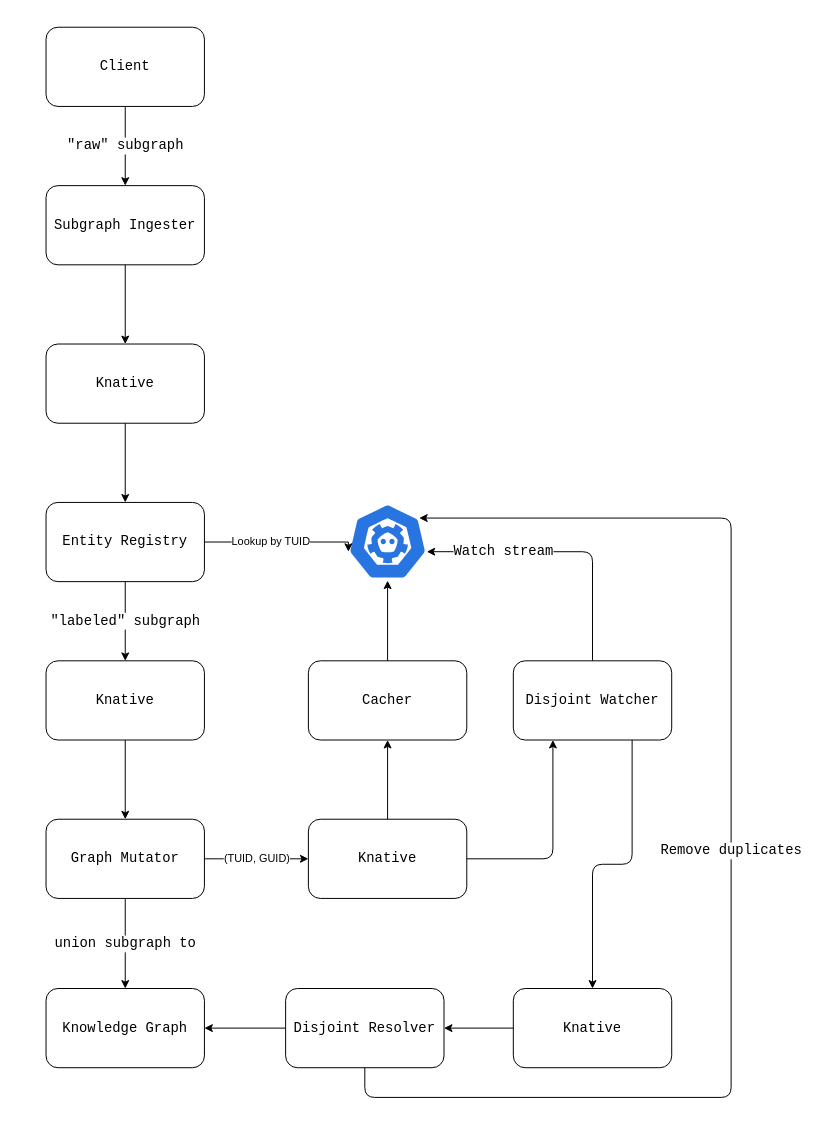
z5labs/megamind keeps this draw.io diagram as docs/diagrams/megamind.drawio. Above is the earlier version. Source tidied: cells renumbered, new cells numbered last; positions are measured from the earlier drawing's top-left corner, leaving out a move shared by most shapes. Both pictures are drawn from the tidied source at 99%, with x=0, y=0 at pixel (46, 27).
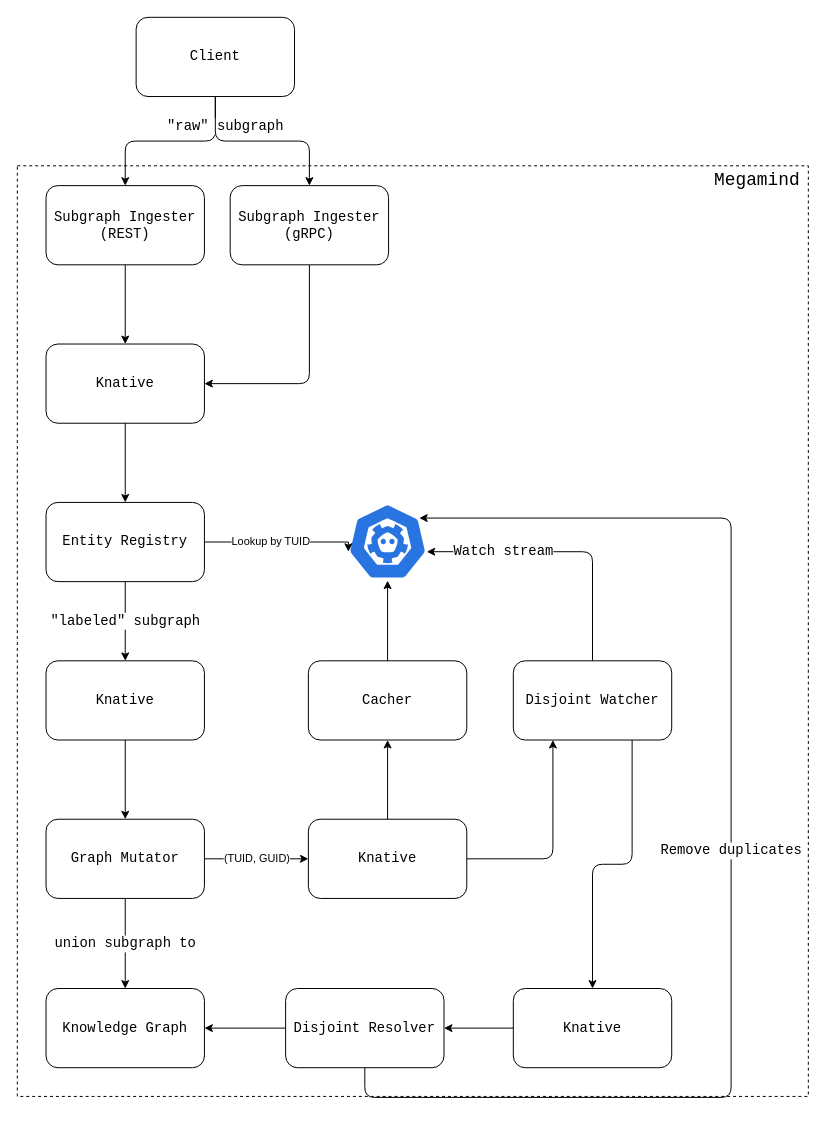
Above is the later version.

Commit message:
docs(diagram/megamind): update to reflect rest and grpc apis

The change refers to these unchanged cells:
```xml
<mxCell id="7" value="&lt;font face=&quot;Courier New&quot;&gt;&lt;span style=&quot;font-size: 14px&quot;&gt;Knative&lt;/span&gt;&lt;/font&gt;" style="rounded=1;whiteSpace=wrap;html=1;" parent="2" vertex="1">
  <mxGeometry y="320" width="160" height="80" as="geometry" />
</mxCell>
```

What changed in the source:
```diff
@@
     <mxCell id="2" style="group;" parent="1" vertex="1">
-      <mxGeometry width="692" height="1081" as="geometry" />
+      <mxGeometry width="770" height="1081" as="geometry" />
     </mxCell>
+    <mxCell id="32" style="rounded=0;whiteSpace=wrap;html=1;dashed=1;fillColor=none;" parent="2" vertex="1">
+      <mxGeometry x="-29" y="140" width="799" height="940" as="geometry" />
+    </mxCell>
@@
-    <mxCell id="4" value="&lt;font face=&quot;Courier New&quot; style=&quot;font-size: 14px&quot;&gt;Client&lt;/font&gt;" style="rounded=1;whiteSpace=wrap;html=1;" parent="2" vertex="1">
-      <mxGeometry width="160" height="80" as="geometry" />
-    </mxCell>
-    <mxCell id="5" value="&lt;font face=&quot;Courier New&quot;&gt;&lt;span style=&quot;font-size: 14px&quot;&gt;Subgraph Ingester&lt;/span&gt;&lt;/font&gt;" style="rounded=1;whiteSpace=wrap;html=1;" parent="2" vertex="1">
+    <mxCell id="5" value="&lt;span style=&quot;font-family: &amp;#34;courier new&amp;#34; ; font-size: 14px&quot;&gt;Subgraph Ingester&lt;br&gt;(REST)&lt;br&gt;&lt;/span&gt;" style="rounded=1;whiteSpace=wrap;html=1;" parent="2" vertex="1">
       <mxGeometry y="160" width="160" height="80" as="geometry" />
     </mxCell>
-    <mxCell id="6" value="&quot;raw&quot; subgraph" style="edgeStyle=orthogonalEdgeStyle;html=1;entryX=0.5;entryY=0;entryDx=0;entryDy=0;fontFamily=Courier New;fontSize=14;" parent="2" edge="1" source="4" target="5">
-      <mxGeometry relative="1" as="geometry" />
-    </mxCell>
@@
+    <mxCell id="33" value="&lt;font style=&quot;font-size: 18px&quot; face=&quot;Courier New&quot;&gt;Megamind&lt;/font&gt;" style="text;html=1;strokeColor=none;fillColor=none;align=center;verticalAlign=middle;whiteSpace=wrap;rounded=0;dashed=1;" parent="2" vertex="1">
+      <mxGeometry x="666" y="140" width="105" height="30" as="geometry" />
+    </mxCell>
+    <mxCell id="34" style="edgeStyle=orthogonalEdgeStyle;html=1;entryX=1;entryY=0.5;entryDx=0;entryDy=0;fontFamily=Courier New;fontSize=18;" parent="2" edge="1" source="35" target="7">
+      <mxGeometry relative="1" as="geometry">
+        <Array as="points">
+          <mxPoint x="266" y="360" />
+        </Array>
+      </mxGeometry>
+    </mxCell>
+    <mxCell id="35" value="&lt;span style=&quot;font-family: &amp;#34;courier new&amp;#34; ; font-size: 14px&quot;&gt;Subgraph Ingester&lt;br&gt;(gRPC)&lt;br&gt;&lt;/span&gt;" style="rounded=1;whiteSpace=wrap;html=1;" parent="2" vertex="1">
+      <mxGeometry x="186" y="160" width="160" height="80" as="geometry" />
+    </mxCell>
+    <mxCell id="4" value="&lt;font face=&quot;Courier New&quot; style=&quot;font-size: 14px&quot;&gt;Client&lt;/font&gt;" style="rounded=1;whiteSpace=wrap;html=1;" parent="2" vertex="1">
+      <mxGeometry x="91" y="-10" width="160" height="80" as="geometry" />
+    </mxCell>
+    <mxCell id="6" value="&quot;raw&quot; subgraph" style="edgeStyle=orthogonalEdgeStyle;html=1;entryX=0.5;entryY=0;entryDx=0;entryDy=0;fontFamily=Courier New;fontSize=14;" parent="2" edge="1" source="4" target="5">
+      <mxGeometry x="-0.67" y="10" relative="1" as="geometry" />
+    </mxCell>
+    <mxCell id="36" style="edgeStyle=orthogonalEdgeStyle;html=1;exitX=0.5;exitY=1;exitDx=0;exitDy=0;entryX=0.5;entryY=0;entryDx=0;entryDy=0;fontFamily=Courier New;fontSize=18;" parent="2" edge="1" source="4" target="35">
+      <mxGeometry relative="1" as="geometry" />
+    </mxCell>
```
